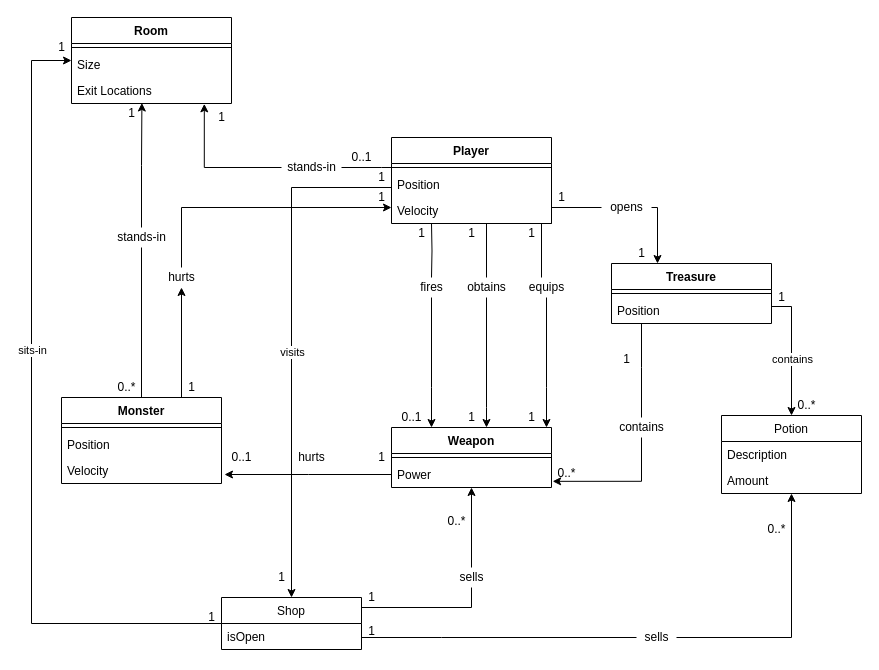
Earlier version of the draw.io diagram page "Page-1" (1 of 3) of Diagrams/Final Diagrams/M2DomainModel.drawio (Lisa-Shi/Dungeon_Crawler). Source tidied: cells renumbered, new cells numbered last; positions are measured from the earlier drawing's top-left corner, leaving out a move shared by most shapes. Both pictures are drawn from the tidied source at 100%, with x=0, y=0 at pixel (31, 17).
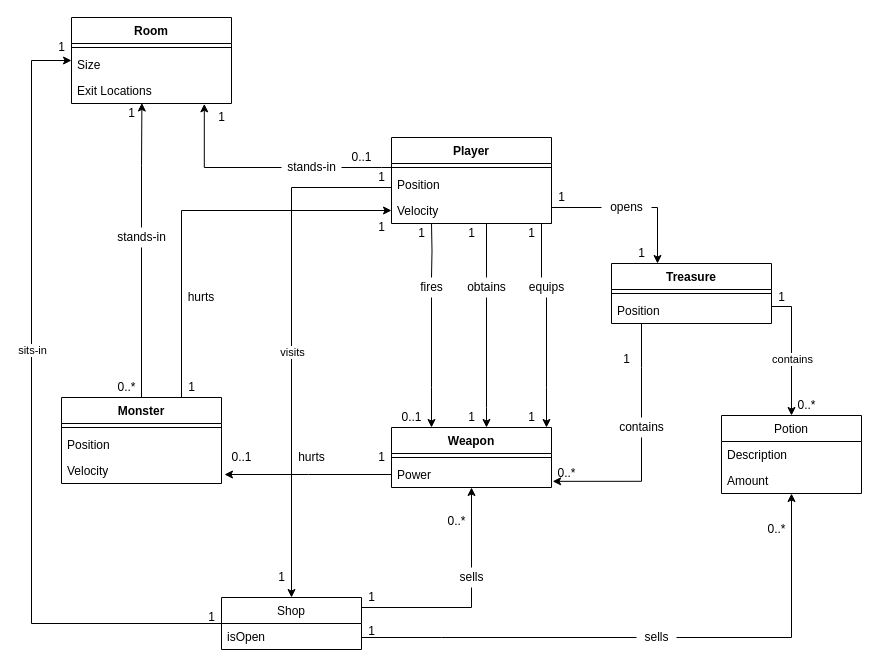
The same diagram, later.

Commit message:
Fix arrow in Domain Model

Unchanged cells that the change refers to:
```xml
<mxCell id="6" value="Player" style="swimlane;fontStyle=1;align=center;verticalAlign=top;horizontal=1;startSize=26;" parent="1" vertex="1">
  <mxGeometry x="360" y="120" width="160" height="86" as="geometry" />
</mxCell>
<mxCell id="9" value="Velocity" style="text;strokeColor=none;fillColor=none;align=left;verticalAlign=top;spacingLeft=4;spacingRight=4;overflow=hidden;points=[[0,0.5],[1,0.5]];portConstraint=eastwest;" parent="6" vertex="1">
  <mxGeometry y="60" width="160" height="26" as="geometry" />
</mxCell>
<mxCell id="39" value="Monster" style="swimlane;fontStyle=1;align=center;verticalAlign=top;horizontal=1;startSize=26;" parent="1" vertex="1">
  <mxGeometry x="30" y="380" width="160" height="86" as="geometry" />
</mxCell>
```

What changed in the source:
```diff
@@
-    <mxCell id="38" style="edgeStyle=orthogonalEdgeStyle;rounded=0;jettySize=auto;html=1;" parent="1" edge="1" source="58" target="6">
-      <mxGeometry relative="1" as="geometry">
-        <Array as="points">
-          <mxPoint x="150" y="190" />
-        </Array>
-      </mxGeometry>
-    </mxCell>
@@
     <mxCell id="48" value="1" style="text;html=1;align=center;verticalAlign=middle;" parent="1" vertex="1">
-      <mxGeometry x="340" y="170" width="20" height="20" as="geometry" />
+      <mxGeometry x="340" y="200" width="20" height="20" as="geometry" />
     </mxCell>
@@
-    <mxCell id="58" value="hurts" style="text;html=1;align=center;verticalAlign=middle;points=[];" parent="1" vertex="1">
-      <mxGeometry x="130" y="250" width="40" height="20" as="geometry" />
-    </mxCell>
-    <mxCell id="59" style="edgeStyle=orthogonalEdgeStyle;rounded=0;jettySize=auto;html=1;exitX=0.75;exitY=0;exitDx=0;exitDy=0;" parent="1" edge="1" source="39" target="58">
+    <mxCell id="59" style="edgeStyle=orthogonalEdgeStyle;rounded=0;jettySize=auto;html=1;exitX=0.75;exitY=0;exitDx=0;exitDy=0;entryX=0;entryY=0.5;entryDx=0;entryDy=0;" parent="1" edge="1" source="39" target="9">
       <mxGeometry relative="1" as="geometry" />
     </mxCell>
@@
+    <mxCell id="58" value="hurts" style="text;html=1;strokeColor=none;fillColor=none;align=center;verticalAlign=middle;whiteSpace=wrap;rounded=0;" parent="1" vertex="1">
+      <mxGeometry x="150" y="270" width="40" height="20" as="geometry" />
+    </mxCell>
```
